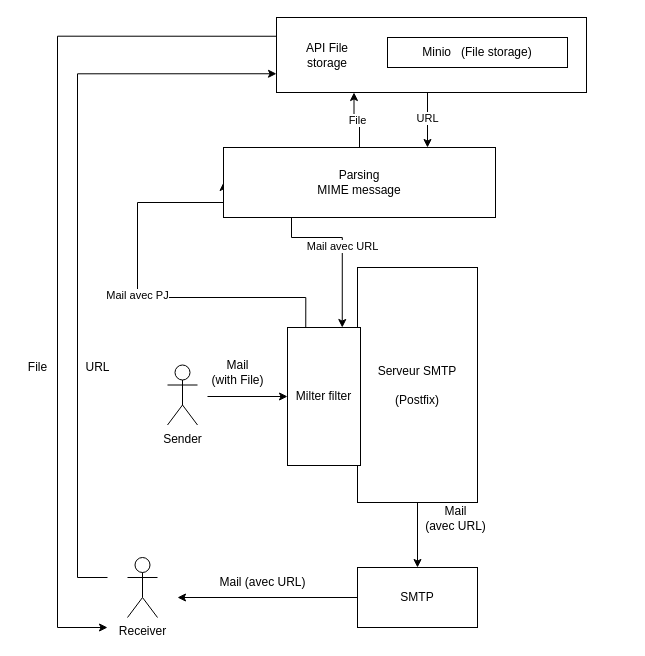
The draw.io diagram docs/architecture.drawio in Don-t-ttach-my-documents/don-t-ttach-my-documents, before the edit. Source tidied: cells renumbered, new cells numbered last; positions are measured from the earlier drawing's top-left corner, leaving out a move shared by most shapes. Both pictures are drawn from the tidied source at 100%, with x=0, y=0 at pixel (17, 17). Pictures stored in the file or linked from it are replaced by grey dashed boxes.
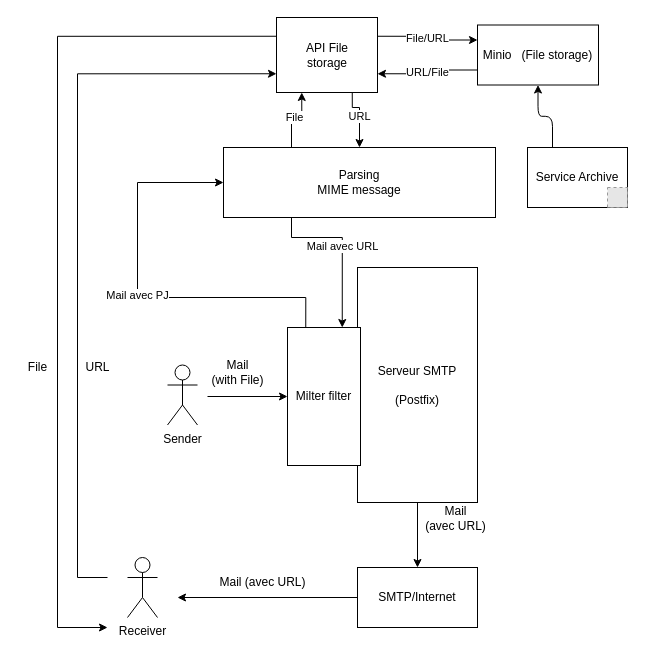
Above is the later version.

Commit message:
schéma architecture

The change refers to these unchanged cells:
```xml
<mxCell id="10" value="Milter filter" style="rounded=0;whiteSpace=wrap;html=1;" parent="1" vertex="1">
  <mxGeometry x="270" y="310" width="73" height="138" as="geometry" />
</mxCell>
<mxCell id="24" value="&lt;div&gt;Parsing&lt;/div&gt;MIME message" style="rounded=0;whiteSpace=wrap;html=1;" parent="1" vertex="1">
  <mxGeometry x="206" y="130" width="272" height="70" as="geometry" />
</mxCell>
```

What changed in the source:
```diff
@@
-<mxGraphModel>
+<mxGraphModel background="#FFFFFF">
@@
-    <mxCell id="2" value="URL" style="edgeStyle=orthogonalEdgeStyle;rounded=0;jettySize=auto;html=1;exitX=0.5;exitY=1;exitDx=0;exitDy=0;entryX=0.75;entryY=0;entryDx=0;entryDy=0;" parent="1" edge="1" source="3" target="24">
+    <mxCell id="2" value="URL" style="edgeStyle=orthogonalEdgeStyle;rounded=0;jettySize=auto;html=1;exitX=0.75;exitY=1;exitDx=0;exitDy=0;entryX=0.5;entryY=0;entryDx=0;entryDy=0;" parent="1" edge="1" source="3" target="24">
       <mxGeometry relative="1" as="geometry">
         <Array as="points">
-          <mxPoint x="410" y="75" />
+          <mxPoint x="335" y="90" />
+          <mxPoint x="342" y="90" />
         </Array>
       </mxGeometry>
     </mxCell>
+    <mxCell id="25" value="File/URL" style="edgeStyle=orthogonalEdgeStyle;html=1;exitX=1;exitY=0.25;exitDx=0;exitDy=0;entryX=0;entryY=0.25;entryDx=0;entryDy=0;" parent="1" edge="1" source="3" target="4">
+      <mxGeometry relative="1" as="geometry">
+        <Array as="points">
+          <mxPoint x="410" y="18.5" />
+          <mxPoint x="410" y="22.5" />
+        </Array>
+      </mxGeometry>
+    </mxCell>
     <mxCell id="3" style="rounded=0;whiteSpace=wrap;html=1;" parent="1" vertex="1">
-      <mxGeometry x="259" width="310" height="75" as="geometry" />
+      <mxGeometry x="259" width="101" height="75" as="geometry" />
     </mxCell>
+    <mxCell id="26" value="URL/File" style="edgeStyle=orthogonalEdgeStyle;html=1;exitX=0;exitY=0.75;exitDx=0;exitDy=0;entryX=1;entryY=0.75;entryDx=0;entryDy=0;" parent="1" edge="1" source="4" target="3">
+      <mxGeometry relative="1" as="geometry" />
+    </mxCell>
     <mxCell id="4" value="&lt;div&gt;Minio&amp;nbsp;&amp;nbsp; (File storage)&lt;br&gt;&lt;/div&gt;" style="rounded=0;whiteSpace=wrap;html=1;" parent="1" vertex="1">
-      <mxGeometry x="370" y="20" width="180" height="30" as="geometry" />
+      <mxGeometry x="460" y="7.5" width="121" height="60" as="geometry" />
     </mxCell>
@@
     <mxCell id="9" value="Mail avec PJ" style="edgeStyle=orthogonalEdgeStyle;rounded=0;jettySize=auto;html=1;exitX=0.25;exitY=0;exitDx=0;exitDy=0;entryX=0;entryY=0.5;entryDx=0;entryDy=0;" parent="1" edge="1" source="10" target="24">
       <mxGeometry relative="1" as="geometry">
         <Array as="points">
           <mxPoint x="288" y="280" />
           <mxPoint x="120" y="280" />
-          <mxPoint x="120" y="185" />
+          <mxPoint x="120" y="165" />
         </Array>
       </mxGeometry>
     </mxCell>
@@
-    <mxCell id="13" value="&lt;div&gt;SMTP&lt;/div&gt;" style="rounded=0;whiteSpace=wrap;html=1;" parent="1" vertex="1">
+    <mxCell id="13" value="&lt;div&gt;SMTP/Internet&lt;/div&gt;" style="rounded=0;whiteSpace=wrap;html=1;" parent="1" vertex="1">
       <mxGeometry x="340" y="550" width="120" height="60" as="geometry" />
     </mxCell>
@@
-    <mxCell id="23" value="File" style="edgeStyle=orthogonalEdgeStyle;rounded=0;jettySize=auto;html=1;exitX=0.5;exitY=0;exitDx=0;exitDy=0;entryX=0.25;entryY=1;entryDx=0;entryDy=0;" parent="1" edge="1" source="24" target="3">
-      <mxGeometry relative="1" as="geometry" />
+    <mxCell id="23" value="File" style="edgeStyle=orthogonalEdgeStyle;rounded=0;jettySize=auto;html=1;exitX=0.25;exitY=0;exitDx=0;exitDy=0;entryX=0.25;entryY=1;entryDx=0;entryDy=0;" parent="1" edge="1" source="24" target="3">
+      <mxGeometry relative="1" as="geometry">
+        <Array as="points">
+          <mxPoint x="274" y="100" />
+          <mxPoint x="284" y="100" />
+          <mxPoint x="284" y="75" />
+        </Array>
+      </mxGeometry>
     </mxCell>
@@
+    <mxCell id="27" style="edgeStyle=orthogonalEdgeStyle;html=1;exitX=0.25;exitY=0;exitDx=0;exitDy=0;entryX=0.5;entryY=1;entryDx=0;entryDy=0;" parent="1" edge="1" source="28" target="4">
+      <mxGeometry relative="1" as="geometry" />
+    </mxCell>
+    <mxCell id="28" value="Service Archive" style="whiteSpace=wrap;html=1;" parent="1" vertex="1">
+      <mxGeometry x="510" y="130" width="100" height="60" as="geometry" />
+    </mxCell>
+    <mxCell id="29" style="fillColor=#E6E6E6;strokeColor=#999999;dashed=1;verticalLabelPosition=bottom;labelBackgroundColor=default;verticalAlign=top;" parent="1" vertex="1">
+      <mxGeometry x="590" y="170" width="20" height="20" as="geometry" />
+    </mxCell>
```
